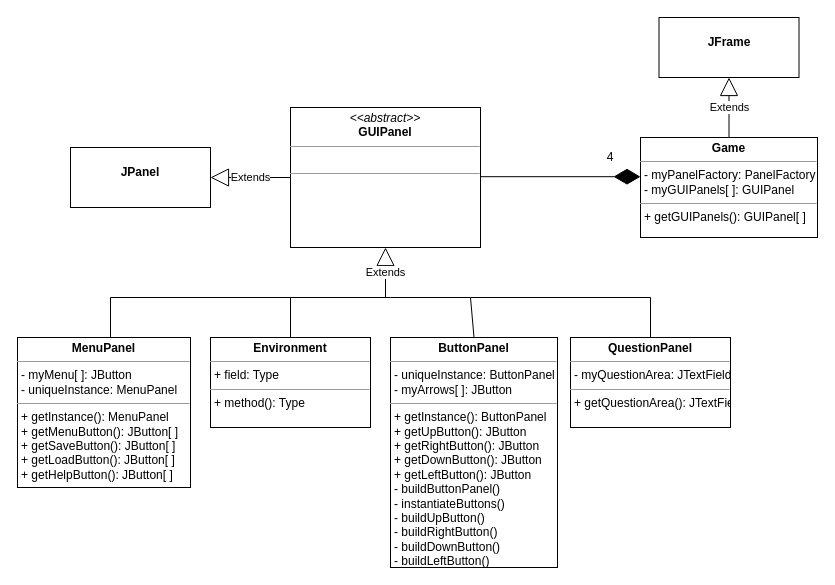
Before: view.drawio in Robert-0410/360GroupProject, a draw.io diagram. Source tidied: cells renumbered, new cells numbered last; positions are measured from the earlier drawing's top-left corner, leaving out a move shared by most shapes. Both pictures are drawn from the tidied source at 100%, with x=0, y=0 at pixel (17, 17).
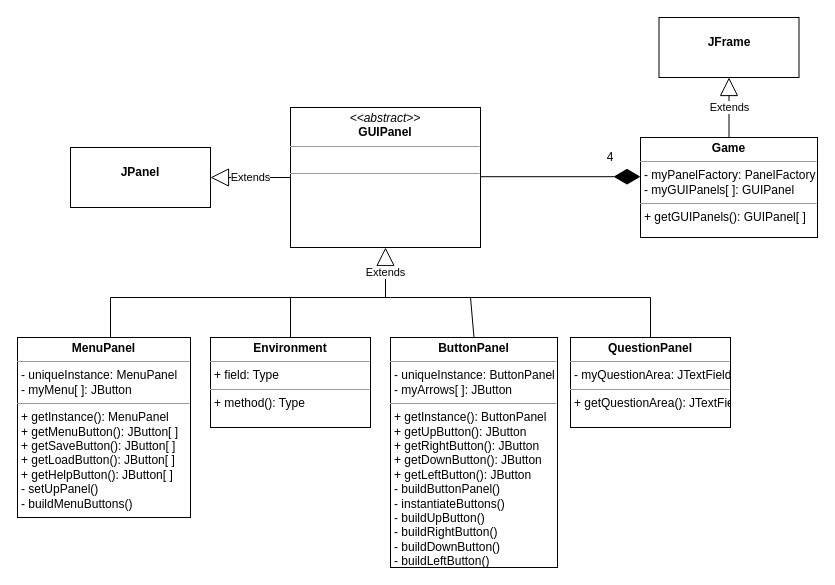
Above is the later version.

Change to the diagram source:
```diff
@@
-    <mxCell id="4" value="&lt;p style=&quot;margin: 0px ; margin-top: 4px ; text-align: center&quot;&gt;&lt;b&gt;MenuPanel&lt;/b&gt;&lt;/p&gt;&lt;hr size=&quot;1&quot;&gt;&lt;p style=&quot;margin: 0px ; margin-left: 4px&quot;&gt;- myMenu[ ]: JButton&lt;/p&gt;&lt;p style=&quot;margin: 0px ; margin-left: 4px&quot;&gt;- uniqueInstance: MenuPanel&lt;/p&gt;&lt;hr size=&quot;1&quot;&gt;&lt;p style=&quot;margin: 0px ; margin-left: 4px&quot;&gt;+ getInstance(): MenuPanel&lt;/p&gt;&lt;p style=&quot;margin: 0px ; margin-left: 4px&quot;&gt;+ getMenuButton(): JButton[ ]&lt;/p&gt;&lt;p style=&quot;margin: 0px ; margin-left: 4px&quot;&gt;+ getSaveButton(): JButton[ ]&lt;/p&gt;&lt;p style=&quot;margin: 0px ; margin-left: 4px&quot;&gt;+ getLoadButton(): JButton[ ]&lt;/p&gt;&lt;p style=&quot;margin: 0px ; margin-left: 4px&quot;&gt;+ getHelpButton(): JButton[ ]&lt;/p&gt;" style="verticalAlign=top;align=left;overflow=fill;fontSize=12;fontFamily=Helvetica;html=1;" parent="1" vertex="1">
-      <mxGeometry y="320" width="173" height="150" as="geometry" />
+    <mxCell id="4" value="&lt;p style=&quot;margin: 0px ; margin-top: 4px ; text-align: center&quot;&gt;&lt;b&gt;MenuPanel&lt;/b&gt;&lt;/p&gt;&lt;hr size=&quot;1&quot;&gt;&lt;p style=&quot;margin: 0px ; margin-left: 4px&quot;&gt;- uniqueInstance: MenuPanel&lt;/p&gt;&lt;p style=&quot;margin: 0px ; margin-left: 4px&quot;&gt;- myMenu[ ]: JButton&lt;/p&gt;&lt;hr size=&quot;1&quot;&gt;&lt;p style=&quot;margin: 0px ; margin-left: 4px&quot;&gt;+ getInstance(): MenuPanel&lt;/p&gt;&lt;p style=&quot;margin: 0px ; margin-left: 4px&quot;&gt;+ getMenuButton(): JButton[ ]&lt;/p&gt;&lt;p style=&quot;margin: 0px ; margin-left: 4px&quot;&gt;+ getSaveButton(): JButton[ ]&lt;/p&gt;&lt;p style=&quot;margin: 0px ; margin-left: 4px&quot;&gt;+ getLoadButton(): JButton[ ]&lt;/p&gt;&lt;p style=&quot;margin: 0px ; margin-left: 4px&quot;&gt;+ getHelpButton(): JButton[ ]&lt;/p&gt;&lt;p style=&quot;margin: 0px ; margin-left: 4px&quot;&gt;- setUpPanel()&lt;/p&gt;&lt;p style=&quot;margin: 0px ; margin-left: 4px&quot;&gt;- buildMenuButtons()&lt;/p&gt;" style="verticalAlign=top;align=left;overflow=fill;fontSize=12;fontFamily=Helvetica;html=1;" parent="1" vertex="1">
+      <mxGeometry y="320" width="173" height="180" as="geometry" />
     </mxCell>
```
